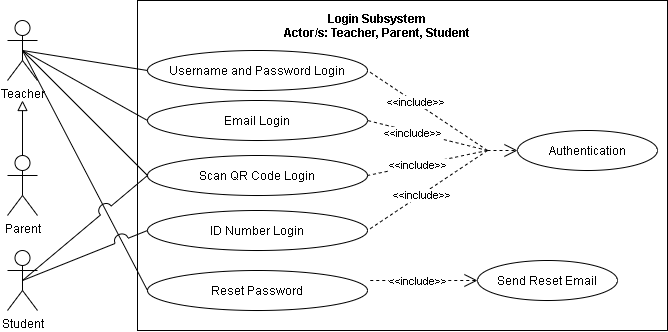
This is REVISIONS/UML-DIAGRAMS/6-9-2021/USE CASE/Diagram-LOG IN.png from mrklglsn/CAPSTONE-FILES, a draw.io export, as it was before one commit. Source tidied: cells renumbered, new cells last; positions are measured from the earlier drawing's top-left corner, leaving out a move shared by most shapes. Its diagram source:
```xml
<mxGraphModel>
  <root>
    <mxCell id="0" />
    <mxCell id="1" parent="0" />
    <mxCell id="2" style="html=1;fillColor=none;" parent="1" vertex="1">
      <mxGeometry x="130" width="530" height="330" as="geometry" />
    </mxCell>
    <mxCell id="3" style="rounded=0;jumpStyle=arc;jumpSize=14;jettySize=auto;html=1;exitX=0.5;exitY=0.5;exitDx=0;exitDy=0;exitPerimeter=0;entryX=0;entryY=0.5;entryDx=0;entryDy=0;startArrow=none;startFill=0;endArrow=none;endFill=0;startSize=11;endSize=11;" parent="1" edge="1" source="7" target="8">
      <mxGeometry relative="1" as="geometry" />
    </mxCell>
    <mxCell id="4" style="edgeStyle=none;rounded=0;jumpStyle=arc;jumpSize=14;jettySize=auto;html=1;exitX=0.5;exitY=0.5;exitDx=0;exitDy=0;exitPerimeter=0;entryX=0;entryY=0.5;entryDx=0;entryDy=0;startArrow=none;startFill=0;endArrow=none;endFill=0;startSize=11;endSize=11;" parent="1" edge="1" source="7" target="18">
      <mxGeometry relative="1" as="geometry" />
    </mxCell>
    <mxCell id="5" style="edgeStyle=none;rounded=0;jumpStyle=arc;jumpSize=14;jettySize=auto;html=1;exitX=0.5;exitY=0.5;exitDx=0;exitDy=0;exitPerimeter=0;entryX=0;entryY=0.5;entryDx=0;entryDy=0;startArrow=none;startFill=0;endArrow=none;endFill=0;startSize=11;endSize=11;" parent="1" edge="1" source="7" target="19">
      <mxGeometry relative="1" as="geometry" />
    </mxCell>
    <mxCell id="6" style="edgeStyle=none;rounded=0;jumpStyle=arc;jumpSize=14;jettySize=auto;html=1;exitX=0.5;exitY=0.5;exitDx=0;exitDy=0;exitPerimeter=0;entryX=0;entryY=0.5;entryDx=0;entryDy=0;startArrow=none;startFill=0;endArrow=none;endFill=0;startSize=11;endSize=11;" parent="1" edge="1" source="7" target="24">
      <mxGeometry relative="1" as="geometry" />
    </mxCell>
    <mxCell id="7" value="Teacher" style="shape=umlActor;verticalLabelPosition=bottom;verticalAlign=top;html=1;fillColor=none;" parent="1" vertex="1">
      <mxGeometry y="20" width="30" height="60" as="geometry" />
    </mxCell>
    <mxCell id="8" value="Username and Password Login" style="ellipse;whiteSpace=wrap;html=1;fillColor=none;" parent="1" vertex="1">
      <mxGeometry x="140" y="50" width="220" height="40" as="geometry" />
    </mxCell>
    <mxCell id="9" value="Login Subsystem&#10;Actor/s: Teacher, Parent, Student" style="text;align=center;fontStyle=1;verticalAlign=middle;spacingLeft=3;spacingRight=3;strokeColor=none;fillColor=none;" parent="1" vertex="1">
      <mxGeometry x="210" y="10" width="320" height="30" as="geometry" />
    </mxCell>
    <mxCell id="10" style="edgeStyle=none;rounded=0;jumpStyle=arc;jumpSize=14;jettySize=auto;html=1;exitX=0;exitY=0.5;exitDx=0;exitDy=0;entryX=1;entryY=0.5;entryDx=0;entryDy=0;startArrow=none;startFill=0;endArrow=none;endFill=0;startSize=11;endSize=11;dashed=1;" parent="1" edge="1" target="8">
      <mxGeometry relative="1" as="geometry">
        <mxPoint x="480" y="150" as="sourcePoint" />
      </mxGeometry>
    </mxCell>
    <mxCell id="11" value="&amp;lt;&amp;lt;include&amp;gt;&amp;gt;" style="edgeLabel;html=1;align=center;verticalAlign=middle;" parent="10" vertex="1">
      <mxGeometry x="0.2" relative="1" as="geometry" />
    </mxCell>
    <mxCell id="12" style="edgeStyle=none;rounded=0;jumpStyle=arc;jumpSize=14;jettySize=auto;html=1;exitX=0;exitY=0.5;exitDx=0;exitDy=0;entryX=1;entryY=0.5;entryDx=0;entryDy=0;dashed=1;startArrow=none;startFill=0;endArrow=none;endFill=0;startSize=11;endSize=11;" parent="1" edge="1" target="18">
      <mxGeometry relative="1" as="geometry">
        <mxPoint x="480" y="150" as="sourcePoint" />
      </mxGeometry>
    </mxCell>
    <mxCell id="13" value="&amp;lt;&amp;lt;include&amp;gt;&amp;gt;" style="edgeLabel;html=1;align=center;verticalAlign=middle;" parent="12" vertex="1">
      <mxGeometry x="0.26" y="1" relative="1" as="geometry" />
    </mxCell>
    <mxCell id="14" style="edgeStyle=none;rounded=0;jumpStyle=arc;jumpSize=14;jettySize=auto;html=1;exitX=0;exitY=0.5;exitDx=0;exitDy=0;entryX=1;entryY=0.5;entryDx=0;entryDy=0;dashed=1;startArrow=none;startFill=0;endArrow=none;endFill=0;startSize=11;endSize=11;" parent="1" edge="1" target="19">
      <mxGeometry relative="1" as="geometry">
        <mxPoint x="480" y="150" as="sourcePoint" />
      </mxGeometry>
    </mxCell>
    <mxCell id="15" value="&amp;lt;&amp;lt;include&amp;gt;&amp;gt;" style="edgeLabel;html=1;align=center;verticalAlign=middle;" parent="14" vertex="1">
      <mxGeometry x="0.18" relative="1" as="geometry" />
    </mxCell>
    <mxCell id="16" style="edgeStyle=none;rounded=0;jumpStyle=arc;jumpSize=14;jettySize=auto;html=1;exitX=0;exitY=0.5;exitDx=0;exitDy=0;entryX=1;entryY=0.5;entryDx=0;entryDy=0;dashed=1;startArrow=none;startFill=0;endArrow=none;endFill=0;startSize=11;endSize=11;" parent="1" edge="1" target="20">
      <mxGeometry relative="1" as="geometry">
        <mxPoint x="480" y="150" as="sourcePoint" />
      </mxGeometry>
    </mxCell>
    <mxCell id="17" value="&amp;lt;&amp;lt;include&amp;gt;&amp;gt;" style="edgeLabel;html=1;align=center;verticalAlign=middle;" parent="16" vertex="1">
      <mxGeometry x="0.11" relative="1" as="geometry" />
    </mxCell>
    <mxCell id="18" value="Email Login" style="ellipse;whiteSpace=wrap;html=1;fillColor=none;" parent="1" vertex="1">
      <mxGeometry x="140" y="100" width="220" height="40" as="geometry" />
    </mxCell>
    <mxCell id="19" value="Scan QR Code Login" style="ellipse;whiteSpace=wrap;html=1;fillColor=none;" parent="1" vertex="1">
      <mxGeometry x="140" y="155" width="220" height="40" as="geometry" />
    </mxCell>
    <mxCell id="20" value="ID Number Login" style="ellipse;whiteSpace=wrap;html=1;fillColor=none;" parent="1" vertex="1">
      <mxGeometry x="140" y="210" width="220" height="40" as="geometry" />
    </mxCell>
    <mxCell id="21" style="edgeStyle=none;rounded=0;jumpStyle=arc;jumpSize=14;jettySize=auto;html=1;exitX=0.5;exitY=0.5;exitDx=0;exitDy=0;exitPerimeter=0;entryX=0;entryY=0.5;entryDx=0;entryDy=0;startArrow=none;startFill=0;endArrow=none;endFill=0;startSize=11;endSize=11;" parent="1" edge="1" source="23" target="19">
      <mxGeometry relative="1" as="geometry" />
    </mxCell>
    <mxCell id="22" style="edgeStyle=none;rounded=0;jumpStyle=arc;jumpSize=14;jettySize=auto;html=1;exitX=0.5;exitY=0.5;exitDx=0;exitDy=0;exitPerimeter=0;entryX=0;entryY=0.5;entryDx=0;entryDy=0;startArrow=none;startFill=0;endArrow=none;endFill=0;startSize=11;endSize=11;" parent="1" edge="1" source="23" target="20">
      <mxGeometry relative="1" as="geometry" />
    </mxCell>
    <mxCell id="23" value="Student" style="shape=umlActor;verticalLabelPosition=bottom;verticalAlign=top;html=1;fillColor=none;" parent="1" vertex="1">
      <mxGeometry y="250" width="30" height="60" as="geometry" />
    </mxCell>
    <mxCell id="24" value="Reset Password" style="ellipse;whiteSpace=wrap;html=1;fillColor=none;" parent="1" vertex="1">
      <mxGeometry x="140" y="270" width="220" height="40" as="geometry" />
    </mxCell>
    <mxCell id="25" value="Send Reset Email" style="ellipse;whiteSpace=wrap;html=1;fillColor=none;" parent="1" vertex="1">
      <mxGeometry x="470" y="260" width="140" height="40" as="geometry" />
    </mxCell>
    <mxCell id="26" style="edgeStyle=none;rounded=0;jumpStyle=arc;jumpSize=14;jettySize=auto;html=1;exitX=0;exitY=0.5;exitDx=0;exitDy=0;dashed=1;startArrow=open;startFill=0;endArrow=none;endFill=0;startSize=11;endSize=11;" parent="1" edge="1" source="25">
      <mxGeometry relative="1" as="geometry">
        <mxPoint x="360" y="280" as="targetPoint" />
      </mxGeometry>
    </mxCell>
    <mxCell id="27" value="&amp;lt;&amp;lt;include&amp;gt;&amp;gt;" style="edgeLabel;html=1;align=center;verticalAlign=middle;" parent="26" vertex="1">
      <mxGeometry x="0.11" relative="1" as="geometry" />
    </mxCell>
    <mxCell id="28" style="endArrow=open;dashed=1;html=1;startSize=11;endSize=11;entryX=0;entryY=0.5;entryDx=0;entryDy=0;endFill=0;" parent="1" edge="1" target="29">
      <mxGeometry relative="1" as="geometry">
        <mxPoint x="480" y="150" as="sourcePoint" />
      </mxGeometry>
    </mxCell>
    <mxCell id="29" value="Authentication" style="ellipse;whiteSpace=wrap;html=1;fillColor=none;" parent="1" vertex="1">
      <mxGeometry x="510" y="130" width="140" height="40" as="geometry" />
    </mxCell>
    <mxCell id="30" style="edgeStyle=orthogonalEdgeStyle;rounded=0;jettySize=auto;html=1;exitX=0.5;exitY=0;exitDx=0;exitDy=0;exitPerimeter=0;endArrow=block;endFill=0;endSize=8;" parent="1" edge="1" source="31">
      <mxGeometry relative="1" as="geometry">
        <mxPoint x="15" y="100" as="targetPoint" />
      </mxGeometry>
    </mxCell>
    <mxCell id="31" value="Parent" style="shape=umlActor;verticalLabelPosition=bottom;verticalAlign=top;html=1;fillColor=none;" parent="1" vertex="1">
      <mxGeometry y="155" width="30" height="60" as="geometry" />
    </mxCell>
  </root>
</mxGraphModel>
```
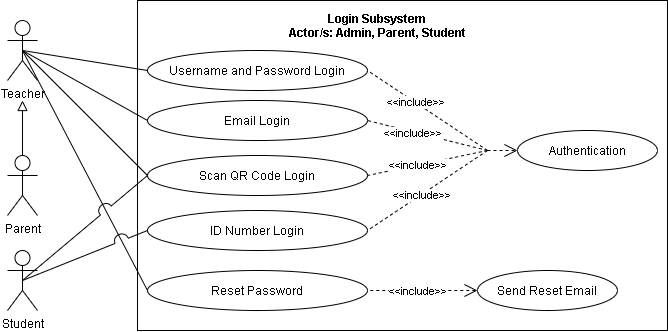
After the change.

The edit, as a diff of the source:
```diff
@@ -23,7 +23,7 @@
     <mxCell id="8" value="Username and Password Login" style="ellipse;whiteSpace=wrap;html=1;fillColor=none;" parent="1" vertex="1">
       <mxGeometry x="140" y="50" width="220" height="40" as="geometry" />
     </mxCell>
-    <mxCell id="9" value="Login Subsystem&#10;Actor/s: Teacher, Parent, Student" style="text;align=center;fontStyle=1;verticalAlign=middle;spacingLeft=3;spacingRight=3;strokeColor=none;fillColor=none;" parent="1" vertex="1">
+    <mxCell id="9" value="Login Subsystem&#10;Actor/s: Admin, Parent, Student" style="text;align=center;fontStyle=1;verticalAlign=middle;spacingLeft=3;spacingRight=3;strokeColor=none;fillColor=none;" parent="1" vertex="1">
       <mxGeometry x="210" y="10" width="320" height="30" as="geometry" />
     </mxCell>
     <mxCell id="10" style="edgeStyle=none;rounded=0;jumpStyle=arc;jumpSize=14;jettySize=auto;html=1;exitX=0;exitY=0.5;exitDx=0;exitDy=0;entryX=1;entryY=0.5;entryDx=0;entryDy=0;startArrow=none;startFill=0;endArrow=none;endFill=0;startSize=11;endSize=11;dashed=1;" parent="1" edge="1" target="8">
@@ -80,12 +80,10 @@
       <mxGeometry x="140" y="270" width="220" height="40" as="geometry" />
     </mxCell>
     <mxCell id="25" value="Send Reset Email" style="ellipse;whiteSpace=wrap;html=1;fillColor=none;" parent="1" vertex="1">
-      <mxGeometry x="470" y="260" width="140" height="40" as="geometry" />
+      <mxGeometry x="470" y="270" width="140" height="40" as="geometry" />
     </mxCell>
-    <mxCell id="26" style="edgeStyle=none;rounded=0;jumpStyle=arc;jumpSize=14;jettySize=auto;html=1;exitX=0;exitY=0.5;exitDx=0;exitDy=0;dashed=1;startArrow=open;startFill=0;endArrow=none;endFill=0;startSize=11;endSize=11;" parent="1" edge="1" source="25">
-      <mxGeometry relative="1" as="geometry">
-        <mxPoint x="360" y="280" as="targetPoint" />
-      </mxGeometry>
+    <mxCell id="26" style="edgeStyle=none;rounded=0;jumpStyle=arc;jumpSize=14;jettySize=auto;html=1;exitX=0;exitY=0.5;exitDx=0;exitDy=0;dashed=1;startArrow=open;startFill=0;endArrow=none;endFill=0;startSize=11;endSize=11;entryX=1;entryY=0.5;entryDx=0;entryDy=0;" parent="1" edge="1" source="25" target="24">
+      <mxGeometry relative="1" as="geometry" />
     </mxCell>
     <mxCell id="27" value="&amp;lt;&amp;lt;include&amp;gt;&amp;gt;" style="edgeLabel;html=1;align=center;verticalAlign=middle;" parent="26" vertex="1">
       <mxGeometry x="0.11" relative="1" as="geometry" />
```
